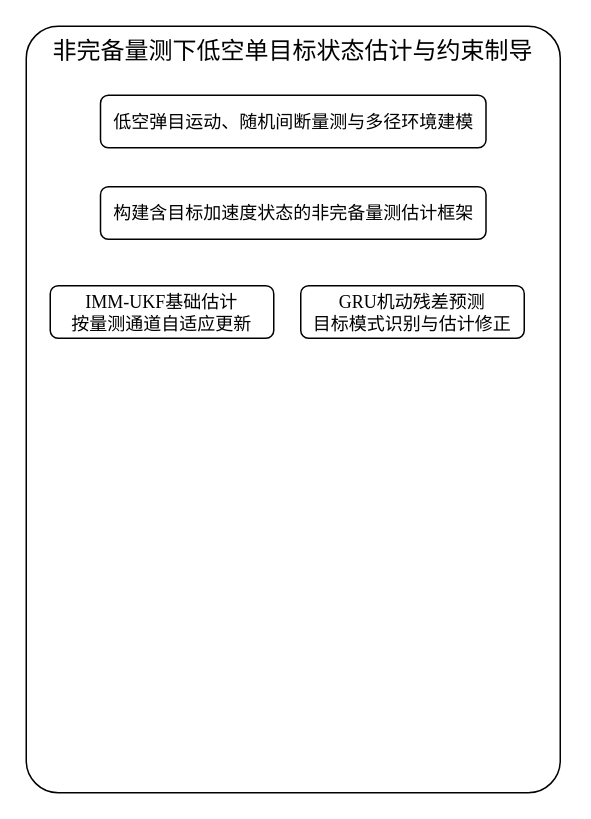
This is 单目标非完备量测与低空约束制导.drawio from master-fency/plot, a draw.io file, before an edit. Source tidied: cells renumbered, new cells numbered last; positions are measured from the earlier drawing's top-left corner, leaving out a move shared by most shapes. Both pictures are drawn from the tidied source at 150%, with x=0, y=0 at pixel (26, 26).
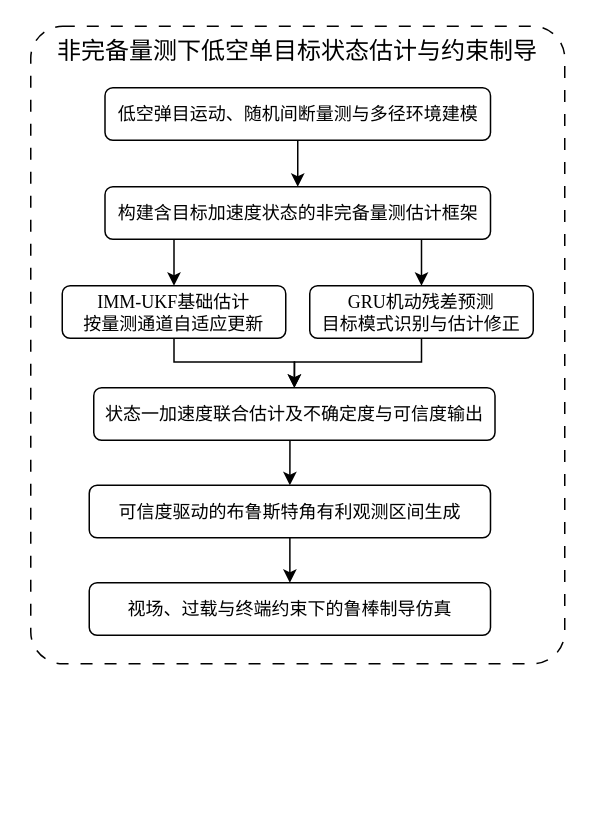
The same diagram, later.

Commit message (it also covers changes not shown here):
更新单目标非完备量测与低空约束制导.drawio

The edit, as a diff of the source:
```diff
@@
+    <mxCell id="7" style="group;" parent="1" vertex="1">
+      <mxGeometry x="3" width="356" height="425" as="geometry" />
+    </mxCell>
-    <mxCell id="2" value="&lt;font style=&quot;font-size: 16px;&quot;&gt;非完备量测下低空单目标状态估计与约束制导&lt;/font&gt;" style="rounded=1;whiteSpace=wrap;html=1;roundedPerimeter=1;fontFamily=Times New Roman;verticalAlign=top;arcSize=6;" parent="1" vertex="1">
-      <mxGeometry width="356" height="511" as="geometry" />
+    <mxCell id="2" value="&lt;font style=&quot;font-size: 16px;&quot;&gt;非完备量测下低空单目标状态估计与约束制导&lt;/font&gt;" style="rounded=1;whiteSpace=wrap;html=1;roundedPerimeter=1;fontFamily=Times New Roman;verticalAlign=top;arcSize=6;strokeColor=default;dashed=1;dashPattern=8 8;" parent="7" vertex="1">
+      <mxGeometry width="356" height="425" as="geometry" />
     </mxCell>
+    <mxCell id="8" style="edgeStyle=orthogonalEdgeStyle;rounded=0;jettySize=auto;html=1;exitX=0.5;exitY=1;exitDx=0;exitDy=0;entryX=0.5;entryY=0;entryDx=0;entryDy=0;fontFamily=Helvetica;fontSize=12;fontColor=default;defaultLabelBackgroundColor=page;" parent="7" edge="1" source="3" target="4">
+      <mxGeometry relative="1" as="geometry" />
+    </mxCell>
-    <mxCell id="3" value="&lt;font&gt;低空弹目运动、随机间断量测与多径环境建模&lt;/font&gt;" style="rounded=1;whiteSpace=wrap;html=1;roundedPerimeter=1;fontFamily=Times New Roman;" parent="1" vertex="1">
-      <mxGeometry x="49.5" y="46" width="257" height="35" as="geometry" />
+    <mxCell id="3" value="&lt;font&gt;低空弹目运动、随机间断量测与多径环境建模&lt;/font&gt;" style="rounded=1;whiteSpace=wrap;html=1;roundedPerimeter=1;fontFamily=Times New Roman;" parent="7" vertex="1">
+      <mxGeometry x="49.5" y="41" width="257" height="35" as="geometry" />
     </mxCell>
+    <mxCell id="9" style="edgeStyle=orthogonalEdgeStyle;rounded=0;jettySize=auto;html=1;exitX=0.25;exitY=1;exitDx=0;exitDy=0;entryX=0.5;entryY=0;entryDx=0;entryDy=0;fontFamily=Helvetica;fontSize=12;fontColor=default;defaultLabelBackgroundColor=page;" parent="7" edge="1" source="4" target="5">
+      <mxGeometry relative="1" as="geometry" />
+    </mxCell>
+    <mxCell id="10" style="edgeStyle=orthogonalEdgeStyle;rounded=0;jettySize=auto;html=1;exitX=0.75;exitY=1;exitDx=0;exitDy=0;entryX=0.5;entryY=0;entryDx=0;entryDy=0;fontFamily=Helvetica;fontSize=12;fontColor=default;defaultLabelBackgroundColor=page;" parent="7" edge="1" source="4" target="6">
+      <mxGeometry relative="1" as="geometry" />
+    </mxCell>
-    <mxCell id="4" value="&lt;font&gt;构建含目标加速度状态的非完备量测估计框架&lt;/font&gt;" style="rounded=1;whiteSpace=wrap;html=1;roundedPerimeter=1;fontFamily=Times New Roman;" parent="1" vertex="1">
+    <mxCell id="4" value="&lt;font&gt;构建含目标加速度状态的非完备量测估计框架&lt;/font&gt;" style="rounded=1;whiteSpace=wrap;html=1;roundedPerimeter=1;fontFamily=Times New Roman;" parent="7" vertex="1">
       <mxGeometry x="49.5" y="107" width="257" height="35" as="geometry" />
     </mxCell>
+    <mxCell id="11" style="edgeStyle=orthogonalEdgeStyle;rounded=0;jettySize=auto;html=1;exitX=0.5;exitY=1;exitDx=0;exitDy=0;entryX=0.5;entryY=0;entryDx=0;entryDy=0;fontFamily=Helvetica;fontSize=12;fontColor=default;defaultLabelBackgroundColor=page;" parent="7" edge="1" source="12" target="17">
+      <mxGeometry relative="1" as="geometry" />
+    </mxCell>
+    <mxCell id="12" value="&lt;font&gt;状态一加速度联合估计及不确定度与可信度输出&lt;/font&gt;" style="rounded=1;whiteSpace=wrap;html=1;roundedPerimeter=1;fontFamily=Times New Roman;" parent="7" vertex="1">
+      <mxGeometry x="42" y="241" width="267.5" height="35" as="geometry" />
+    </mxCell>
+    <mxCell id="13" style="group;" parent="7" vertex="1">
+      <mxGeometry x="21" y="173" width="314" height="35" as="geometry" />
+    </mxCell>
-    <mxCell id="5" value="&lt;font&gt;IMM-UKF基础估计&lt;/font&gt;&lt;div&gt;&lt;font&gt;按量测通道自适应更新&lt;/font&gt;&lt;/div&gt;" style="rounded=1;whiteSpace=wrap;html=1;roundedPerimeter=1;fontFamily=Times New Roman;" parent="1" vertex="1">
-      <mxGeometry x="16" y="173" width="149" height="35" as="geometry" />
+    <mxCell id="5" value="&lt;font&gt;IMM-UKF基础估计&lt;/font&gt;&lt;div&gt;&lt;font&gt;按量测通道自适应更新&lt;/font&gt;&lt;/div&gt;" style="rounded=1;whiteSpace=wrap;html=1;roundedPerimeter=1;fontFamily=Times New Roman;" parent="13" vertex="1">
+      <mxGeometry width="149" height="35" as="geometry" />
     </mxCell>
-    <mxCell id="6" value="GRU机动残差预测&lt;div&gt;目标模式识别与估计修正&lt;/div&gt;" style="rounded=1;whiteSpace=wrap;html=1;roundedPerimeter=1;fontFamily=Times New Roman;" parent="1" vertex="1">
-      <mxGeometry x="183" y="173" width="149" height="35" as="geometry" />
+    <mxCell id="6" value="GRU机动残差预测&lt;div&gt;目标模式识别与估计修正&lt;/div&gt;" style="rounded=1;whiteSpace=wrap;html=1;roundedPerimeter=1;fontFamily=Times New Roman;" parent="13" vertex="1">
+      <mxGeometry x="165" width="149" height="35" as="geometry" />
     </mxCell>
+    <mxCell id="14" style="edgeStyle=orthogonalEdgeStyle;rounded=0;jettySize=auto;html=1;exitX=0.5;exitY=1;exitDx=0;exitDy=0;entryX=0.5;entryY=0;entryDx=0;entryDy=0;fontFamily=Helvetica;fontSize=12;fontColor=default;defaultLabelBackgroundColor=page;" parent="7" edge="1" source="5" target="12">
+      <mxGeometry relative="1" as="geometry">
+        <Array as="points">
+          <mxPoint x="95.5" y="223.8" />
+          <mxPoint x="175" y="223.8" />
+        </Array>
+      </mxGeometry>
+    </mxCell>
+    <mxCell id="15" style="edgeStyle=orthogonalEdgeStyle;rounded=0;jettySize=auto;html=1;exitX=0.5;exitY=1;exitDx=0;exitDy=0;entryX=0.5;entryY=0;entryDx=0;entryDy=0;fontFamily=Helvetica;fontSize=12;fontColor=default;defaultLabelBackgroundColor=page;" parent="7" edge="1" source="6" target="12">
+      <mxGeometry relative="1" as="geometry">
+        <Array as="points">
+          <mxPoint x="260.5" y="223.8" />
+          <mxPoint x="175" y="223.8" />
+        </Array>
+      </mxGeometry>
+    </mxCell>
+    <mxCell id="16" style="edgeStyle=orthogonalEdgeStyle;rounded=0;jettySize=auto;html=1;exitX=0.5;exitY=1;exitDx=0;exitDy=0;entryX=0.5;entryY=0;entryDx=0;entryDy=0;fontFamily=Helvetica;fontSize=12;fontColor=default;defaultLabelBackgroundColor=page;" parent="7" edge="1" source="17" target="18">
+      <mxGeometry relative="1" as="geometry" />
+    </mxCell>
+    <mxCell id="17" value="&lt;font&gt;可信度驱动的布鲁斯特角有利观测区间生成&lt;/font&gt;" style="rounded=1;whiteSpace=wrap;html=1;roundedPerimeter=1;fontFamily=Times New Roman;" parent="7" vertex="1">
+      <mxGeometry x="39" y="306" width="267.5" height="35" as="geometry" />
+    </mxCell>
+    <mxCell id="18" value="&lt;font&gt;视场、过载与终端约束下的鲁棒制导仿真&lt;/font&gt;" style="rounded=1;whiteSpace=wrap;html=1;roundedPerimeter=1;fontFamily=Times New Roman;" parent="7" vertex="1">
+      <mxGeometry x="39" y="371" width="267.5" height="35" as="geometry" />
+    </mxCell>
```
